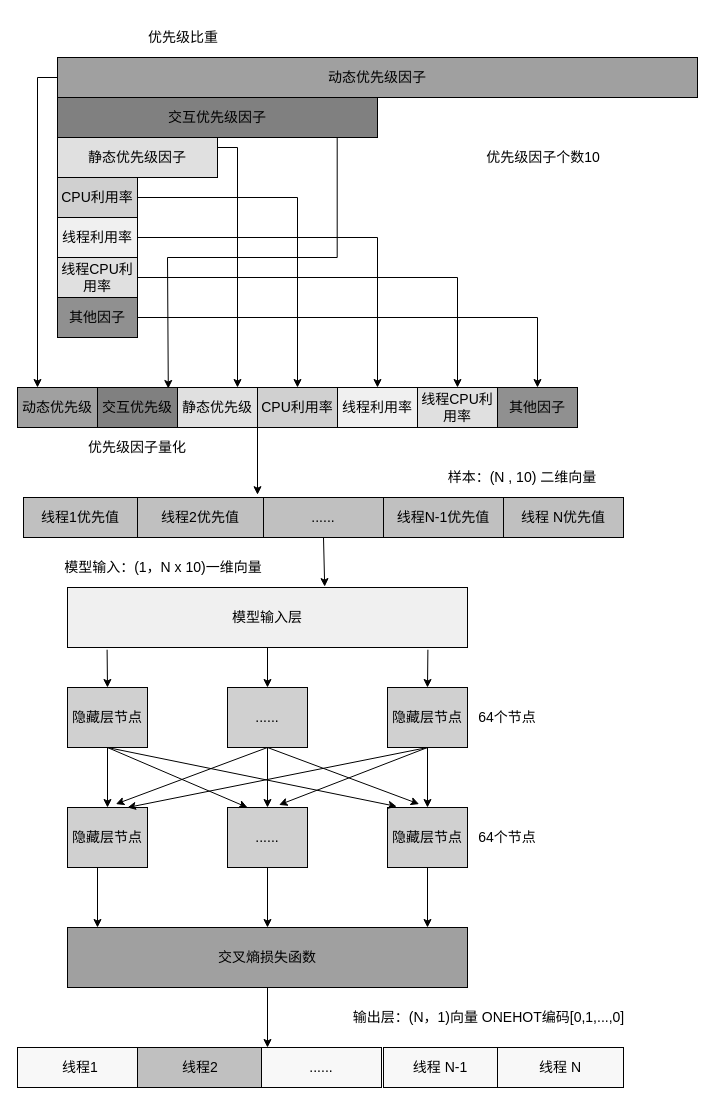
This is 模型训练图.drawio from satadriver/essay, a draw.io file, before an edit. Source tidied: cells renumbered, new cells numbered last; positions are measured from the earlier drawing's top-left corner, leaving out a move shared by most shapes. Both pictures are drawn from the tidied source at 100%, with x=0, y=0 at pixel (17, 17).
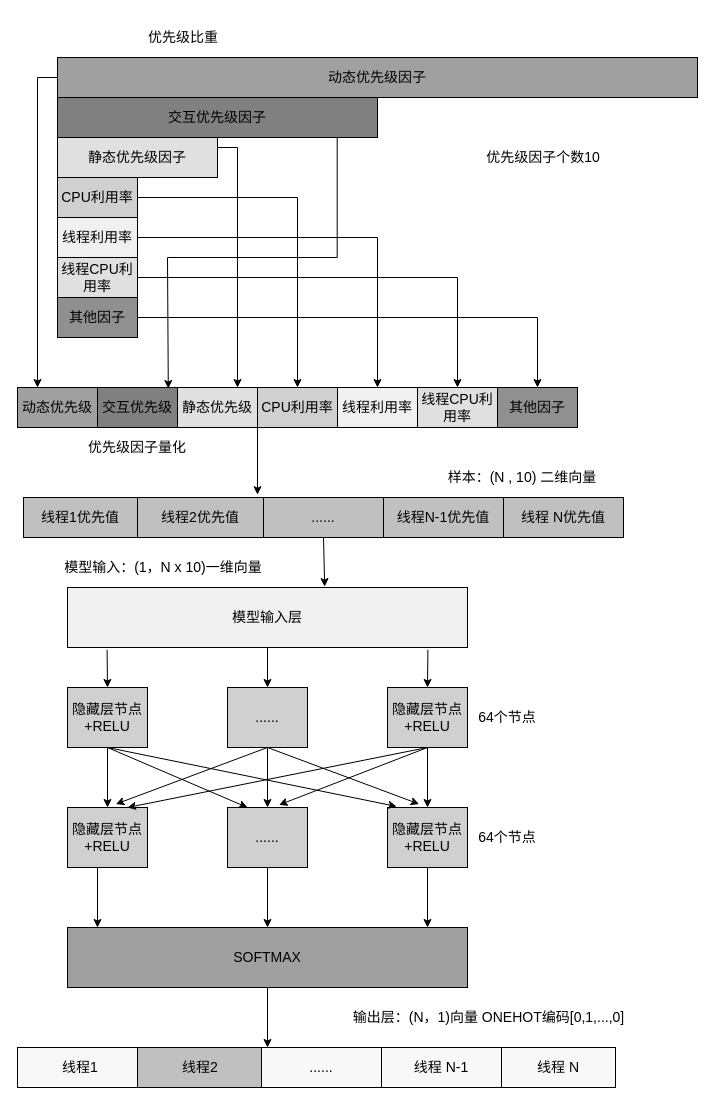
The same diagram, later.

Change to the diagram source:
```diff
@@
-    <mxCell id="34" value="隐藏层节点" style="rounded=0;whiteSpace=wrap;html=1;fontSize=14;fontFamily=宋体;fillColor=#D0D0D0;" parent="1" vertex="1">
+    <mxCell id="34" value="隐藏层节点+RELU" style="rounded=0;whiteSpace=wrap;html=1;fontSize=14;fontFamily=宋体;fillColor=#D0D0D0;" parent="1" vertex="1">
       <mxGeometry x="50" y="670" width="80" height="60" as="geometry" />
     </mxCell>
@@
-    <mxCell id="36" value="隐藏层节点" style="rounded=0;whiteSpace=wrap;html=1;fontSize=14;fontFamily=宋体;fillColor=light-dark(#D0D0D0,#121212);" parent="1" vertex="1">
+    <mxCell id="36" value="隐藏层节点+RELU" style="rounded=0;whiteSpace=wrap;html=1;fontSize=14;fontFamily=宋体;fillColor=light-dark(#D0D0D0,#121212);" parent="1" vertex="1">
       <mxGeometry x="370" y="670" width="80" height="60" as="geometry" />
     </mxCell>
@@
-    <mxCell id="38" value="隐藏层节点" style="rounded=0;whiteSpace=wrap;html=1;fontSize=14;fontFamily=宋体;fillColor=light-dark(#D0D0D0,#121212);" parent="1" vertex="1">
+    <mxCell id="38" value="隐藏层节点+RELU" style="rounded=0;whiteSpace=wrap;html=1;fontSize=14;fontFamily=宋体;fillColor=light-dark(#D0D0D0,#121212);" parent="1" vertex="1">
       <mxGeometry x="50" y="790" width="80" height="60" as="geometry" />
     </mxCell>
@@
-    <mxCell id="40" value="隐藏层节点" style="rounded=0;whiteSpace=wrap;html=1;fontSize=14;fontFamily=宋体;fillColor=light-dark(#D0D0D0,#121212);" parent="1" vertex="1">
+    <mxCell id="40" value="隐藏层节点+RELU" style="rounded=0;whiteSpace=wrap;html=1;fontSize=14;fontFamily=宋体;fillColor=light-dark(#D0D0D0,#121212);" parent="1" vertex="1">
       <mxGeometry x="370" y="790" width="80" height="60" as="geometry" />
     </mxCell>
@@
-    <mxCell id="43" value="交叉熵损失函数" style="rounded=0;whiteSpace=wrap;html=1;fontSize=14;fontFamily=宋体;fillColor=light-dark(#A0A0A0,#121212);" parent="1" vertex="1">
+    <mxCell id="43" value="SOFTMAX" style="rounded=0;whiteSpace=wrap;html=1;fontSize=14;fontFamily=宋体;fillColor=light-dark(#A0A0A0,#121212);" parent="1" vertex="1">
       <mxGeometry x="50" y="910" width="400" height="60" as="geometry" />
     </mxCell>
@@
     <mxCell id="62" value="线程 N-1" style="rounded=0;whiteSpace=wrap;html=1;fontSize=14;fontFamily=宋体;fillColor=light-dark(#F8F8F8,#121212);" parent="1" vertex="1">
-      <mxGeometry x="366" y="1030" width="114" height="40" as="geometry" />
+      <mxGeometry x="364" y="1030" width="120" height="40" as="geometry" />
     </mxCell>
     <mxCell id="63" value="线程 N" style="rounded=0;whiteSpace=wrap;html=1;fontSize=14;fontFamily=宋体;fillColor=light-dark(#F8F8F8,#121212);" parent="1" vertex="1">
-      <mxGeometry x="480" y="1030" width="126" height="40" as="geometry" />
+      <mxGeometry x="484" y="1030" width="114" height="40" as="geometry" />
     </mxCell>
```
